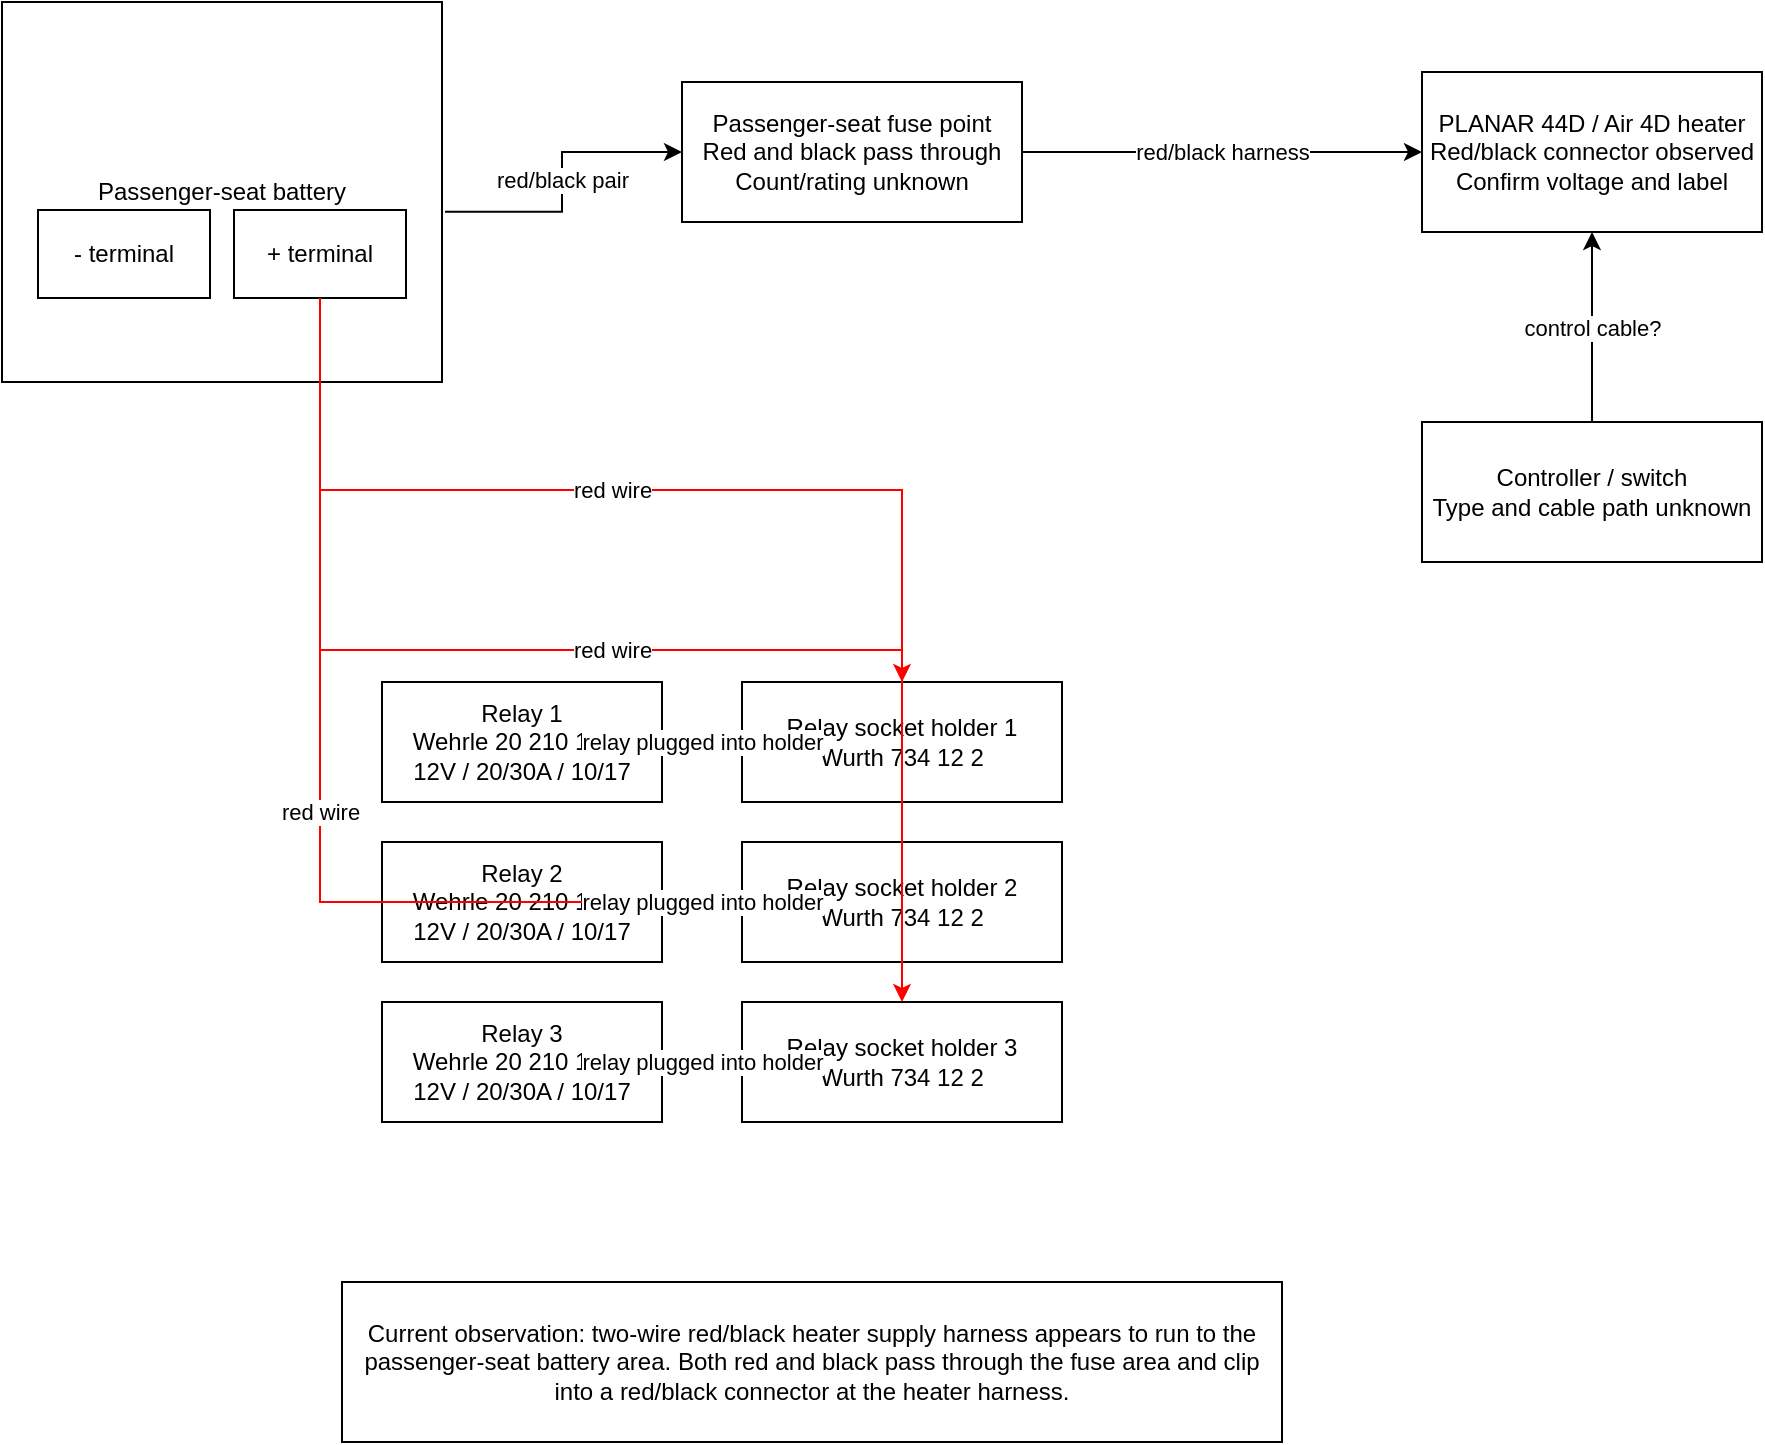
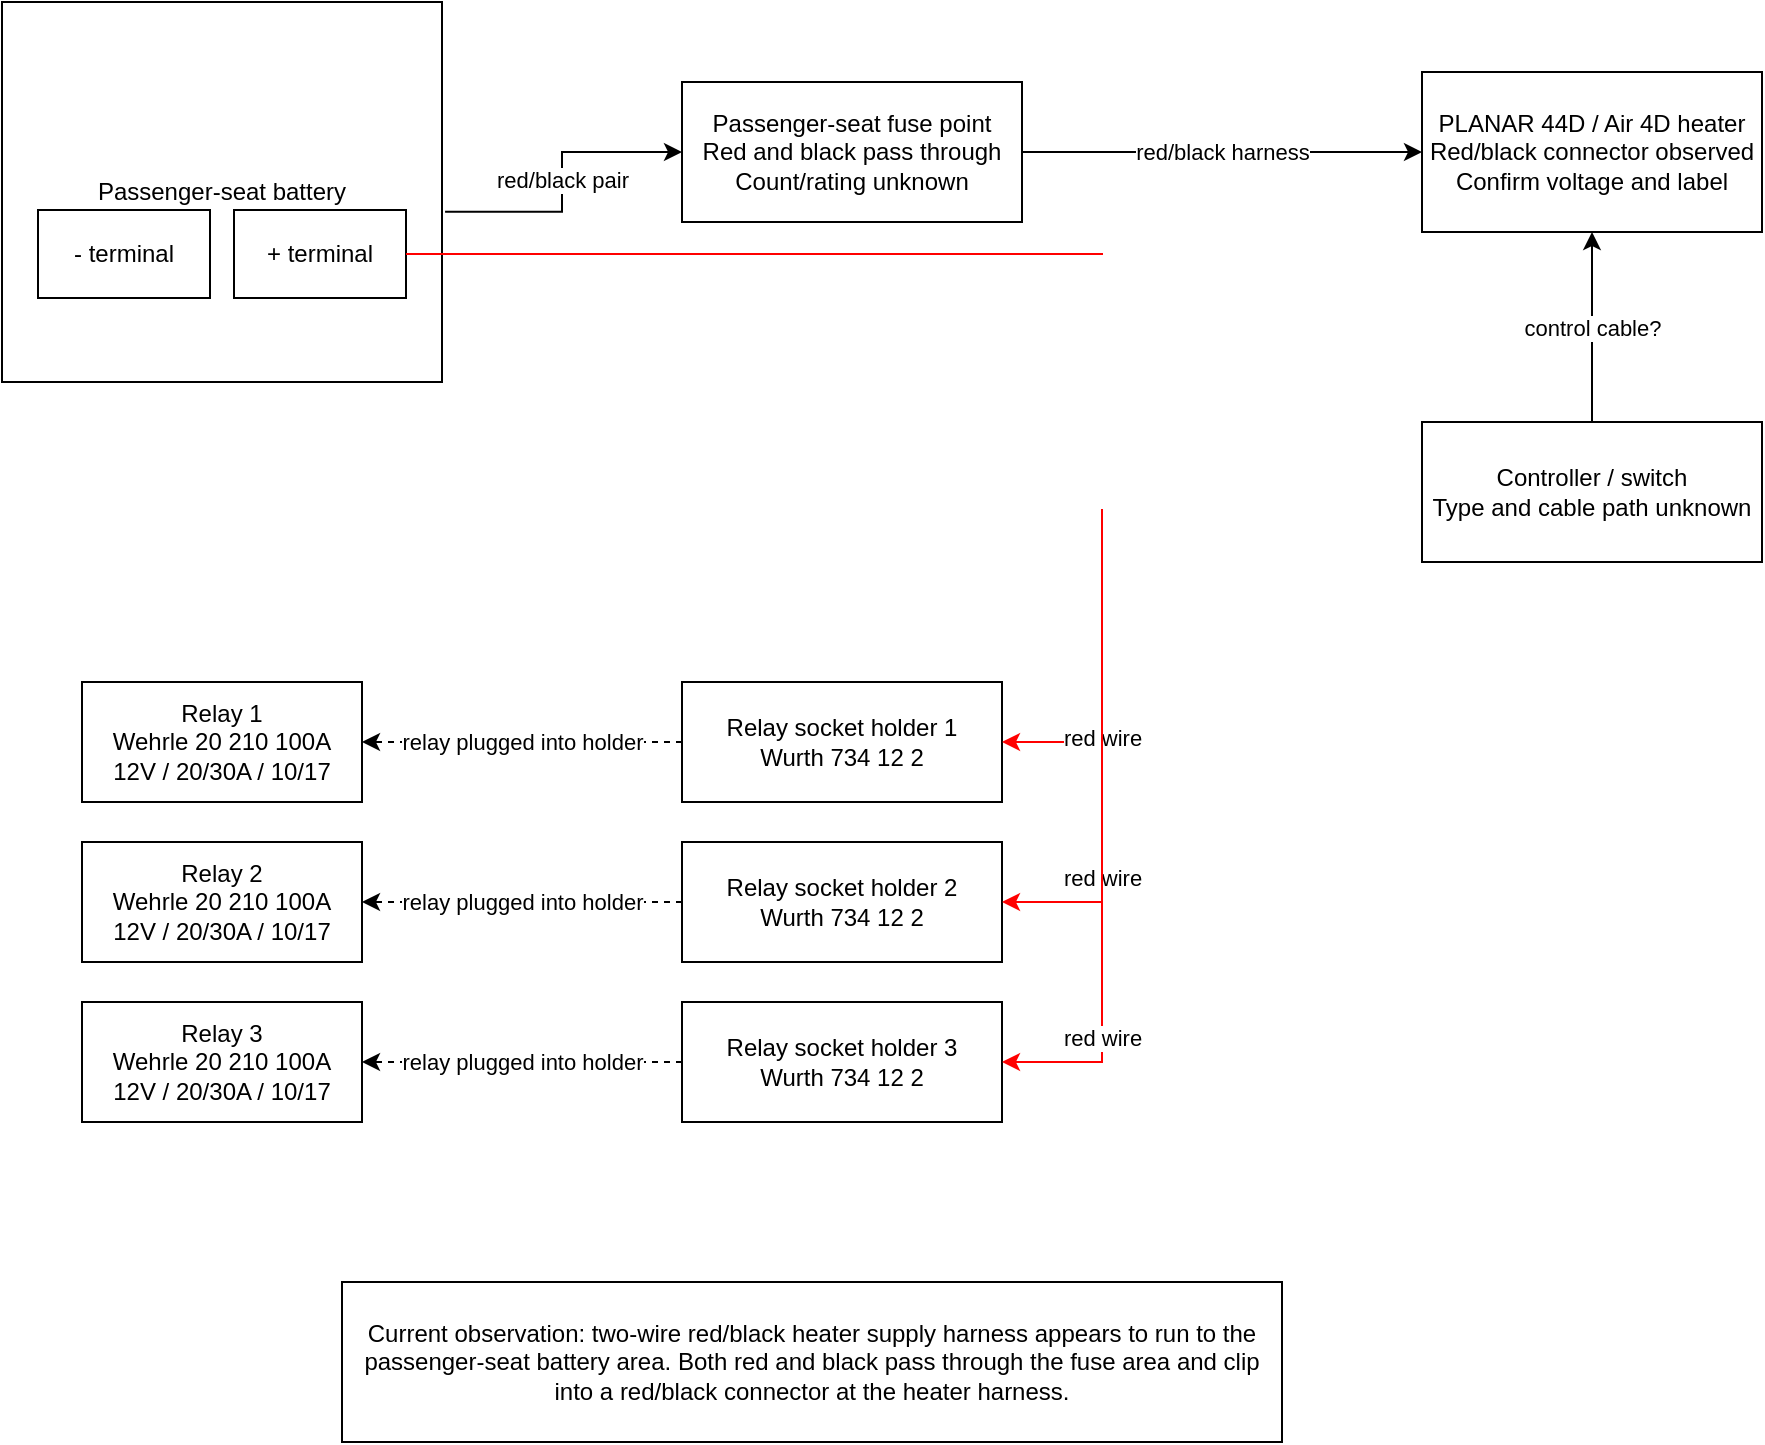
<mxfile host="Electron" agent="Mozilla/5.0 (X11; Linux x86_64) AppleWebKit/537.36 (KHTML, like Gecko) draw.io/29.6.1 Chrome/142.0.7444.265 Electron/39.8.0 Safari/537.36" version="29.6.1">
  <diagram id="electronics-wiring" name="Electronics Wiring">
-     <mxGraphModel dx="1230" dy="506" grid="1" gridSize="10" guides="1" tooltips="1" connect="1" arrows="1" fold="1" page="0" pageScale="1" pageWidth="1169" pageHeight="827" math="0" shadow="0">
+     <mxGraphModel dx="821" dy="261" grid="1" gridSize="10" guides="1" tooltips="1" connect="1" arrows="1" fold="1" page="0" pageScale="1" pageWidth="1169" pageHeight="827" math="0" shadow="0">
      <root>
        <mxCell id="0" />
        <mxCell id="1" parent="0" />
        <mxCell id="battery-group" parent="1" style="whiteSpace=wrap;html=1;" value="Passenger-seat battery" vertex="1">
          <mxGeometry height="190" width="220" x="-230" y="110" as="geometry" />
        </mxCell>
        <mxCell id="battery-negative" parent="battery-group" style="whiteSpace=wrap;html=1;" value="- terminal" vertex="1">
          <mxGeometry height="44" width="86" x="18" y="104" as="geometry" />
        </mxCell>
        <mxCell id="battery-positive" parent="battery-group" style="whiteSpace=wrap;html=1;" value="+ terminal" vertex="1">
          <mxGeometry height="44" width="86" x="116" y="104" as="geometry" />
        </mxCell>
        <mxCell id="main-fuse-distribution" parent="1" style="whiteSpace=wrap;html=1;" value="Passenger-seat fuse point&lt;br&gt;Red and black pass through&lt;br&gt;Count/rating unknown" vertex="1">
          <mxGeometry height="70" width="170" x="110" y="150" as="geometry" />
        </mxCell>
        <mxCell id="relay-1" parent="1" style="whiteSpace=wrap;html=1;" value="Relay 1&lt;br&gt;Wehrle 20 210 100A&lt;br&gt;12V / 20/30A / 10/17" vertex="1">
-           <mxGeometry height="60" width="140" x="-40" y="450" as="geometry" />
+           <mxGeometry height="60" width="140" x="-190" y="450" as="geometry" />
        </mxCell>
        <mxCell id="relay-1-holder" parent="1" style="whiteSpace=wrap;html=1;" value="Relay socket holder 1&lt;br&gt;Wurth 734 12 2" vertex="1">
-           <mxGeometry height="60" width="160" x="140" y="450" as="geometry" />
+           <mxGeometry height="60" width="160" x="110" y="450" as="geometry" />
        </mxCell>
        <mxCell id="relay-2" parent="1" style="whiteSpace=wrap;html=1;" value="Relay 2&lt;br&gt;Wehrle 20 210 100A&lt;br&gt;12V / 20/30A / 10/17" vertex="1">
-           <mxGeometry height="60" width="140" x="-40" y="530" as="geometry" />
+           <mxGeometry height="60" width="140" x="-190" y="530" as="geometry" />
        </mxCell>
        <mxCell id="relay-2-holder" parent="1" style="whiteSpace=wrap;html=1;" value="Relay socket holder 2&lt;br&gt;Wurth 734 12 2" vertex="1">
-           <mxGeometry height="60" width="160" x="140" y="530" as="geometry" />
+           <mxGeometry height="60" width="160" x="110" y="530" as="geometry" />
        </mxCell>
        <mxCell id="relay-3" parent="1" style="whiteSpace=wrap;html=1;" value="Relay 3&lt;br&gt;Wehrle 20 210 100A&lt;br&gt;12V / 20/30A / 10/17" vertex="1">
-           <mxGeometry height="60" width="140" x="-40" y="610" as="geometry" />
+           <mxGeometry height="60" width="140" x="-190" y="610" as="geometry" />
        </mxCell>
        <mxCell id="relay-3-holder" parent="1" style="whiteSpace=wrap;html=1;" value="Relay socket holder 3&lt;br&gt;Wurth 734 12 2" vertex="1">
-           <mxGeometry height="60" width="160" x="140" y="610" as="geometry" />
+           <mxGeometry height="60" width="160" x="110" y="610" as="geometry" />
        </mxCell>
        <mxCell id="planar-heater" parent="1" style="whiteSpace=wrap;html=1;" value="PLANAR 44D / Air 4D heater&lt;br&gt;Red/black connector observed&lt;br&gt;Confirm voltage and label" vertex="1">
          <mxGeometry height="80" width="170" x="480" y="145" as="geometry" />
        </mxCell>
        <mxCell id="controller-switch" parent="1" style="whiteSpace=wrap;html=1;" value="Controller / switch&lt;br&gt;Type and cable path unknown" vertex="1">
          <mxGeometry height="70" width="170" x="480" y="320" as="geometry" />
        </mxCell>
        <mxCell id="note" parent="1" style="whiteSpace=wrap;html=1;" value="Current observation: two-wire red/black heater supply harness appears to run to the passenger-seat battery area. Both red and black pass through the fuse area and clip into a red/black connector at the heater harness." vertex="1">
          <mxGeometry height="80" width="470" x="-60" y="750" as="geometry" />
        </mxCell>
        <mxCell id="edge-feed-to-main" edge="1" parent="1" source="battery-group" style="edgeStyle=orthogonalEdgeStyle;rounded=0;orthogonalLoop=1;jettySize=auto;html=1;exitX=1.007;exitY=0.552;exitDx=0;exitDy=0;exitPerimeter=0;" target="main-fuse-distribution" value="red/black pair">
          <mxGeometry relative="1" as="geometry" />
        </mxCell>
        <mxCell id="edge-battery-positive-to-relay-1" edge="1" parent="1" source="battery-positive" style="edgeStyle=orthogonalEdgeStyle;rounded=0;orthogonalLoop=1;jettySize=auto;html=1;strokeColor=#ff0000;" target="relay-1-holder" value="red wire">
-           <mxGeometry relative="1" as="geometry">
+           <mxGeometry relative="1" x="0.8366" as="geometry">
+             <mxPoint as="offset" />
            <Array as="points">
-               <mxPoint x="220" y="354" />
-               <mxPoint x="220" y="480" />
+               <mxPoint x="320" y="236" />
+               <mxPoint x="320" y="480" />
            </Array>
          </mxGeometry>
        </mxCell>
        <mxCell id="edge-relay-1-to-holder" edge="1" parent="1" source="relay-1-holder" style="edgeStyle=orthogonalEdgeStyle;rounded=0;orthogonalLoop=1;jettySize=auto;html=1;dashed=1;" target="relay-1" value="relay plugged into holder">
          <mxGeometry relative="1" as="geometry" />
        </mxCell>
        <mxCell id="edge-battery-positive-to-relay-2" edge="1" parent="1" source="battery-positive" style="edgeStyle=orthogonalEdgeStyle;rounded=0;orthogonalLoop=1;jettySize=auto;html=1;strokeColor=#ff0000;" target="relay-2-holder" value="red wire">
-           <mxGeometry relative="1" as="geometry">
+           <mxGeometry relative="1" x="0.8266" as="geometry">
+             <mxPoint as="offset" />
            <Array as="points">
-               <mxPoint x="220" y="560" />
+               <mxPoint x="320" y="236" />
+               <mxPoint x="320" y="560" />
            </Array>
          </mxGeometry>
        </mxCell>
        <mxCell id="edge-relay-2-to-holder" edge="1" parent="1" source="relay-2-holder" style="edgeStyle=orthogonalEdgeStyle;rounded=0;orthogonalLoop=1;jettySize=auto;html=1;dashed=1;" target="relay-2" value="relay plugged into holder">
          <mxGeometry relative="1" as="geometry" />
        </mxCell>
        <mxCell id="edge-battery-positive-to-relay-3" edge="1" parent="1" source="battery-positive" style="edgeStyle=orthogonalEdgeStyle;rounded=0;orthogonalLoop=1;jettySize=auto;html=1;strokeColor=#ff0000;" target="relay-3-holder" value="red wire">
-           <mxGeometry relative="1" as="geometry">
+           <mxGeometry relative="1" x="0.8446" as="geometry">
+             <mxPoint as="offset" />
            <Array as="points">
-               <mxPoint x="220" y="434" />
-               <mxPoint x="220" y="640" />
+               <mxPoint x="320" y="236" />
+               <mxPoint x="320" y="640" />
            </Array>
          </mxGeometry>
        </mxCell>
        <mxCell id="edge-relay-3-to-holder" edge="1" parent="1" source="relay-3-holder" style="edgeStyle=orthogonalEdgeStyle;rounded=0;orthogonalLoop=1;jettySize=auto;html=1;dashed=1;" target="relay-3" value="relay plugged into holder">
          <mxGeometry relative="1" as="geometry" />
        </mxCell>
        <mxCell id="edge-fuse-to-heater" edge="1" parent="1" source="main-fuse-distribution" style="edgeStyle=orthogonalEdgeStyle;rounded=0;orthogonalLoop=1;jettySize=auto;html=1;" target="planar-heater" value="red/black harness">
          <mxGeometry relative="1" as="geometry">
            <mxPoint x="890" y="190" as="sourcePoint" />
          </mxGeometry>
        </mxCell>
        <mxCell id="edge-controller-to-heater" edge="1" parent="1" source="controller-switch" style="edgeStyle=orthogonalEdgeStyle;rounded=0;orthogonalLoop=1;jettySize=auto;html=1;" target="planar-heater" value="control cable?">
          <mxGeometry relative="1" as="geometry" />
        </mxCell>
      </root>
    </mxGraphModel>
  </diagram>
</mxfile>
